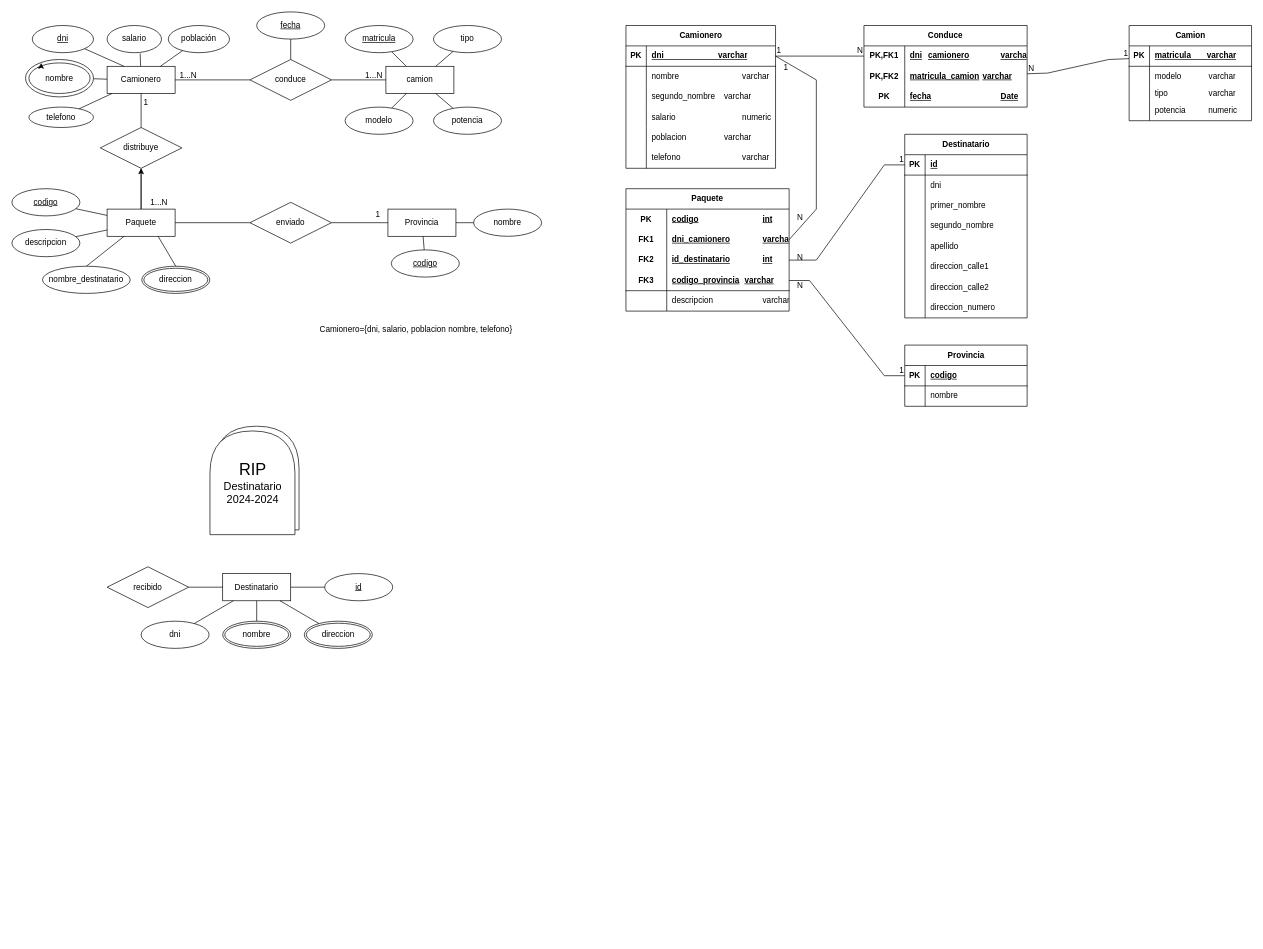
Before: Prueba.drawio in florenciacastro95/EnviosDB, a draw.io diagram. Source tidied: cells renumbered, new cells numbered last; positions are measured from the earlier drawing's top-left corner, leaving out a move shared by most shapes. Both pictures are drawn from the tidied source at 68%, with x=0, y=0 at pixel (12, 12).
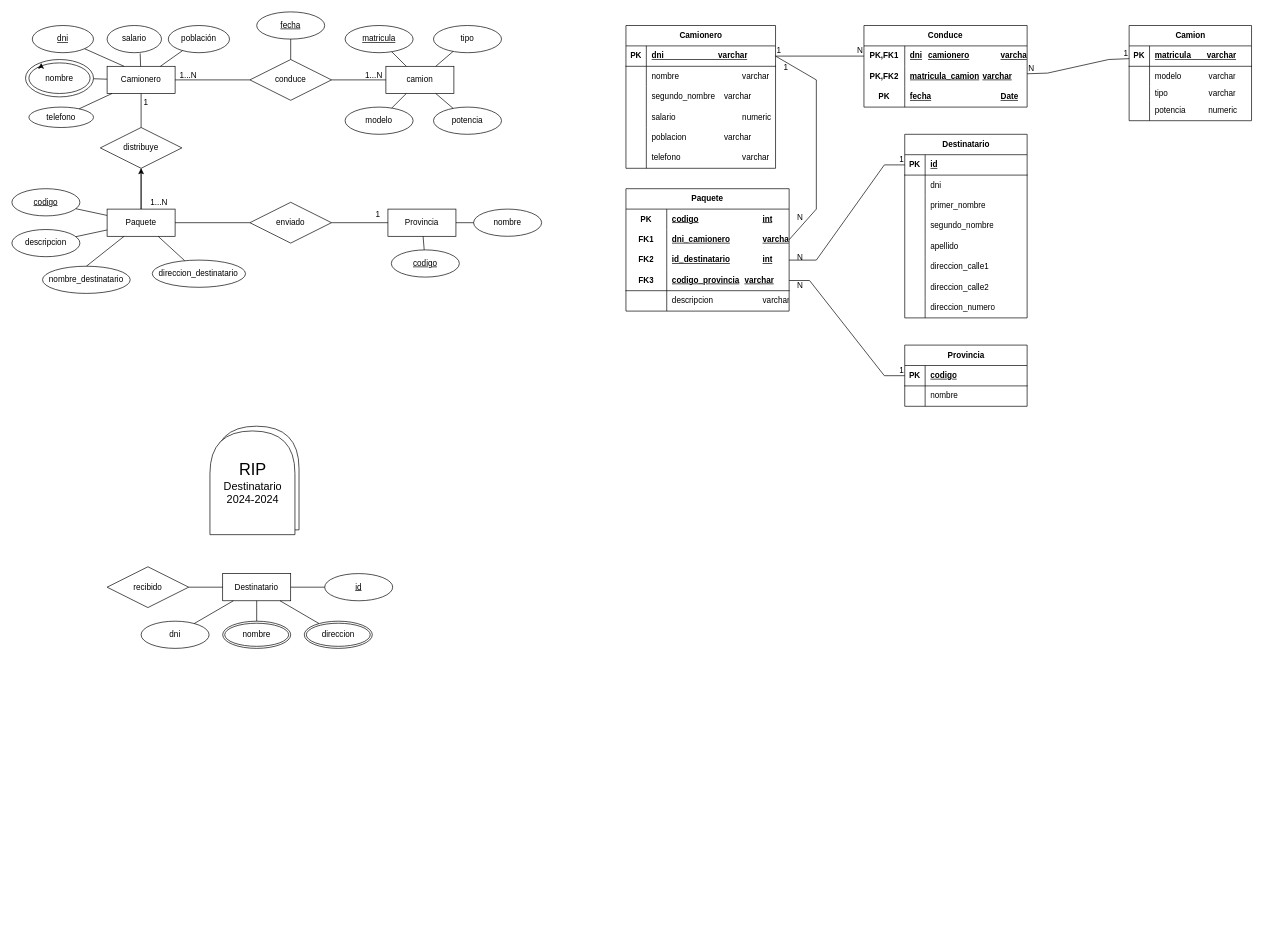
Above is the later version.

The change refers to these unchanged cells:
```xml
<mxCell id="17" value="&lt;div&gt;Paquete&lt;/div&gt;" style="whiteSpace=wrap;html=1;align=center;" parent="1" vertex="1">
  <mxGeometry x="140" y="290" width="100" height="40" as="geometry" />
</mxCell>
```

Change to the diagram source:
```diff
@@
-    <mxCell id="169" value="Camionero={dni, salario, poblacion nombre, telefono&lt;span style=&quot;background-color: initial;&quot;&gt;}&lt;/span&gt;" style="text;html=1;align=center;verticalAlign=middle;strokeColor=none;fillColor=none;" parent="1" vertex="1">
-      <mxGeometry x="443" y="454" width="301" height="26" as="geometry" />
-    </mxCell>
@@
-    <mxCell id="171" value="direccion" style="ellipse;shape=doubleEllipse;margin=3;whiteSpace=wrap;html=1;align=center;" parent="1" vertex="1">
-      <mxGeometry x="191" y="374" width="100" height="40" as="geometry" />
-    </mxCell>
@@
-    <mxCell id="173" style="endArrow=none;html=1;rounded=0;entryX=0.5;entryY=0;entryDx=0;entryDy=0;exitX=0.75;exitY=1;exitDx=0;exitDy=0;" parent="1" edge="1" source="17" target="171">
+    <mxCell id="173" style="endArrow=none;html=1;rounded=0;exitX=0.75;exitY=1;exitDx=0;exitDy=0;" parent="1" edge="1" source="17" target="180">
       <mxGeometry relative="1" as="geometry" />
     </mxCell>
@@
+    <mxCell id="180" value="direccion_destinatario" style="ellipse;whiteSpace=wrap;html=1;align=center;" parent="1" vertex="1">
+      <mxGeometry x="206.4" y="365" width="137.2" height="40" as="geometry" />
+    </mxCell>
```
